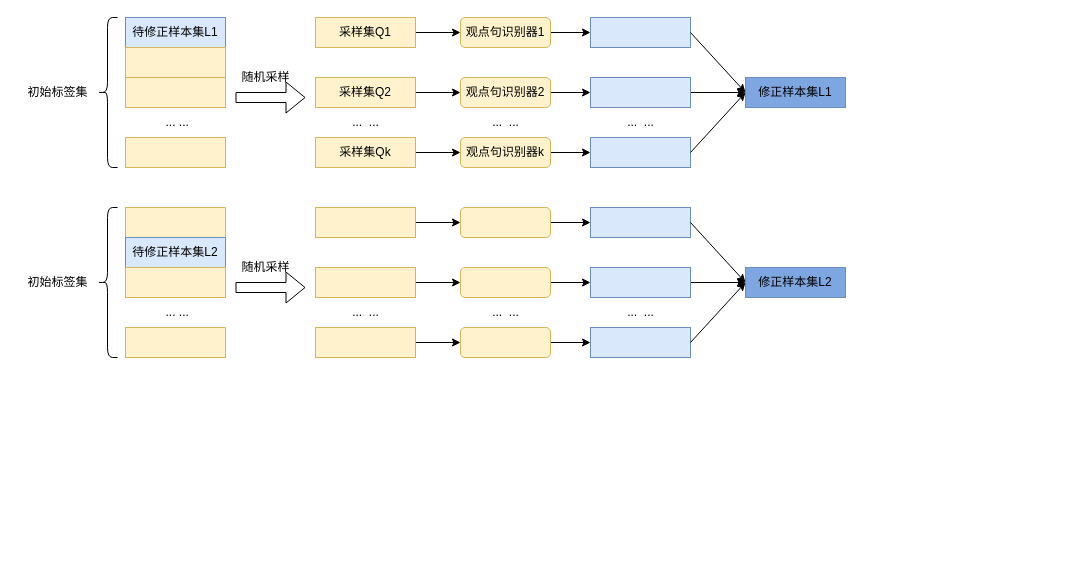
The draw.io diagram 标签修正.drawio in HusniFadhilah/Python-learning, before the edit. Source tidied: cells renumbered, new cells numbered last; positions are measured from the earlier drawing's top-left corner, leaving out a move shared by most shapes. Both pictures are drawn from the tidied source at 100%, with x=0, y=0 at pixel (17, 17).
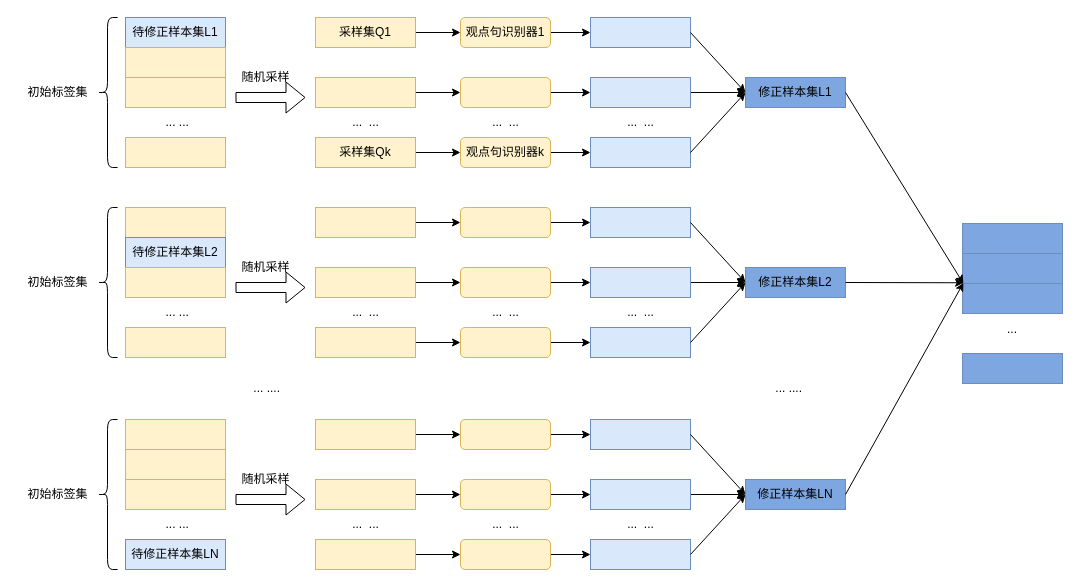
After the change.

Commit message:
更新标签修正.drawio

Unchanged cells that the change refers to:
```xml
<mxCell id="23" value="修正样本集L1" style="rounded=0;whiteSpace=wrap;html=1;fillColor=#7EA6E0;strokeColor=#6c8ebf;" parent="1" vertex="1">
  <mxGeometry x="728" y="60" width="100" height="30" as="geometry" />
</mxCell>
<mxCell id="52" value="修正样本集L2" style="rounded=0;whiteSpace=wrap;html=1;fillColor=#7EA6E0;strokeColor=#6c8ebf;" parent="1" vertex="1">
  <mxGeometry x="728" y="250" width="100" height="30" as="geometry" />
</mxCell>
```

What changed in the source:
```diff
@@
-    <mxCell id="10" value="采样集Q2" style="rounded=0;whiteSpace=wrap;html=1;fillColor=#fff2cc;strokeColor=#d6b656;" parent="1" vertex="1">
+    <mxCell id="10" style="rounded=0;whiteSpace=wrap;html=1;fillColor=#fff2cc;strokeColor=#d6b656;" parent="1" vertex="1">
       <mxGeometry x="298" y="60" width="100" height="30" as="geometry" />
     </mxCell>
@@
-    <mxCell id="16" value="观点句识别器2" style="rounded=1;whiteSpace=wrap;html=1;fillColor=#fff2cc;strokeColor=#d6b656;" parent="1" vertex="1">
+    <mxCell id="16" style="rounded=1;whiteSpace=wrap;html=1;fillColor=#fff2cc;strokeColor=#d6b656;" parent="1" vertex="1">
       <mxGeometry x="443" y="60" width="90" height="30" as="geometry" />
     </mxCell>
@@
+    <mxCell id="64" style="rounded=0;whiteSpace=wrap;html=1;fillColor=#fff2cc;strokeColor=#d6b656;" parent="1" vertex="1">
+      <mxGeometry x="108" y="402" width="100" height="30" as="geometry" />
+    </mxCell>
+    <mxCell id="65" style="rounded=0;whiteSpace=wrap;html=1;fillColor=#fff2cc;strokeColor=#d6b656;" parent="1" vertex="1">
+      <mxGeometry x="108" y="432" width="100" height="30" as="geometry" />
+    </mxCell>
+    <mxCell id="66" style="rounded=0;whiteSpace=wrap;html=1;fillColor=#fff2cc;strokeColor=#d6b656;" parent="1" vertex="1">
+      <mxGeometry x="108" y="462" width="100" height="30" as="geometry" />
+    </mxCell>
+    <mxCell id="67" value="&amp;nbsp;... ..." style="text;html=1;align=center;verticalAlign=middle;strokeColor=none;fillColor=none;" parent="1" vertex="1">
+      <mxGeometry x="133" y="492" width="50" height="30" as="geometry" />
+    </mxCell>
+    <mxCell id="68" value="待修正样本集LN" style="rounded=0;whiteSpace=wrap;html=1;fillColor=#dae8fc;strokeColor=#6c8ebf;" parent="1" vertex="1">
+      <mxGeometry x="108" y="522" width="100" height="30" as="geometry" />
+    </mxCell>
+    <mxCell id="69" style="edgeStyle=orthogonalEdgeStyle;rounded=0;jettySize=auto;html=1;" parent="1" edge="1" source="70" target="76">
+      <mxGeometry relative="1" as="geometry" />
+    </mxCell>
+    <mxCell id="70" style="rounded=0;whiteSpace=wrap;html=1;fillColor=#fff2cc;strokeColor=#d6b656;" parent="1" vertex="1">
+      <mxGeometry x="298" y="402" width="100" height="30" as="geometry" />
+    </mxCell>
+    <mxCell id="71" style="edgeStyle=orthogonalEdgeStyle;rounded=0;jettySize=auto;html=1;" parent="1" edge="1" source="72" target="78">
+      <mxGeometry relative="1" as="geometry" />
+    </mxCell>
+    <mxCell id="72" style="rounded=0;whiteSpace=wrap;html=1;fillColor=#fff2cc;strokeColor=#d6b656;" parent="1" vertex="1">
+      <mxGeometry x="298" y="462" width="100" height="30" as="geometry" />
+    </mxCell>
+    <mxCell id="73" style="edgeStyle=orthogonalEdgeStyle;rounded=0;jettySize=auto;html=1;" parent="1" edge="1" source="74" target="80">
+      <mxGeometry relative="1" as="geometry" />
+    </mxCell>
+    <mxCell id="74" style="rounded=0;whiteSpace=wrap;html=1;fillColor=#fff2cc;strokeColor=#d6b656;" parent="1" vertex="1">
+      <mxGeometry x="298" y="522" width="100" height="30" as="geometry" />
+    </mxCell>
+    <mxCell id="75" style="edgeStyle=orthogonalEdgeStyle;rounded=0;jettySize=auto;html=1;" parent="1" edge="1" source="76" target="81">
+      <mxGeometry relative="1" as="geometry" />
+    </mxCell>
+    <mxCell id="76" style="rounded=1;whiteSpace=wrap;html=1;fillColor=#fff2cc;strokeColor=#d6b656;" parent="1" vertex="1">
+      <mxGeometry x="443" y="402" width="90" height="30" as="geometry" />
+    </mxCell>
+    <mxCell id="77" style="edgeStyle=orthogonalEdgeStyle;rounded=0;jettySize=auto;html=1;" parent="1" edge="1" source="78" target="83">
+      <mxGeometry relative="1" as="geometry" />
+    </mxCell>
+    <mxCell id="78" style="rounded=1;whiteSpace=wrap;html=1;fillColor=#fff2cc;strokeColor=#d6b656;" parent="1" vertex="1">
+      <mxGeometry x="443" y="462" width="90" height="30" as="geometry" />
+    </mxCell>
+    <mxCell id="79" style="edgeStyle=orthogonalEdgeStyle;rounded=0;jettySize=auto;html=1;" parent="1" edge="1" source="80" target="84">
+      <mxGeometry relative="1" as="geometry" />
+    </mxCell>
+    <mxCell id="80" style="rounded=1;whiteSpace=wrap;html=1;fillColor=#fff2cc;strokeColor=#d6b656;" parent="1" vertex="1">
+      <mxGeometry x="443" y="522" width="90" height="30" as="geometry" />
+    </mxCell>
+    <mxCell id="81" style="rounded=0;whiteSpace=wrap;html=1;fillColor=#dae8fc;strokeColor=#6c8ebf;" parent="1" vertex="1">
+      <mxGeometry x="573" y="402" width="100" height="30" as="geometry" />
+    </mxCell>
+    <mxCell id="82" style="edgeStyle=orthogonalEdgeStyle;rounded=0;jettySize=auto;html=1;" parent="1" edge="1" source="83" target="85">
+      <mxGeometry relative="1" as="geometry" />
+    </mxCell>
+    <mxCell id="83" style="rounded=0;whiteSpace=wrap;html=1;fillColor=#dae8fc;strokeColor=#6c8ebf;" parent="1" vertex="1">
+      <mxGeometry x="573" y="462" width="100" height="30" as="geometry" />
+    </mxCell>
+    <mxCell id="84" style="rounded=0;whiteSpace=wrap;html=1;fillColor=#dae8fc;strokeColor=#6c8ebf;" parent="1" vertex="1">
+      <mxGeometry x="573" y="522" width="100" height="30" as="geometry" />
+    </mxCell>
+    <mxCell id="85" value="修正样本集LN" style="rounded=0;whiteSpace=wrap;html=1;fillColor=#7EA6E0;strokeColor=#6c8ebf;" parent="1" vertex="1">
+      <mxGeometry x="728" y="462" width="100" height="30" as="geometry" />
+    </mxCell>
+    <mxCell id="86" value="...&amp;nbsp; ..." style="text;html=1;align=center;verticalAlign=middle;strokeColor=none;fillColor=none;" parent="1" vertex="1">
+      <mxGeometry x="323" y="492" width="50" height="30" as="geometry" />
+    </mxCell>
+    <mxCell id="87" value="...&amp;nbsp; ..." style="text;html=1;align=center;verticalAlign=middle;strokeColor=none;fillColor=none;" parent="1" vertex="1">
+      <mxGeometry x="463" y="492" width="50" height="30" as="geometry" />
+    </mxCell>
+    <mxCell id="88" value="...&amp;nbsp; ..." style="text;html=1;align=center;verticalAlign=middle;strokeColor=none;fillColor=none;" parent="1" vertex="1">
+      <mxGeometry x="598" y="492" width="50" height="30" as="geometry" />
+    </mxCell>
+    <mxCell id="89" style="endArrow=classic;html=1;rounded=0;exitX=1;exitY=0.5;exitDx=0;exitDy=0;entryX=0;entryY=0.5;entryDx=0;entryDy=0;" parent="1" edge="1" source="81" target="85">
+      <mxGeometry relative="1" as="geometry" />
+    </mxCell>
+    <mxCell id="90" style="endArrow=classic;html=1;rounded=0;exitX=1;exitY=0.5;exitDx=0;exitDy=0;entryX=0;entryY=0.5;entryDx=0;entryDy=0;" parent="1" edge="1" source="84" target="85">
+      <mxGeometry relative="1" as="geometry" />
+    </mxCell>
+    <mxCell id="91" style="shape=flexArrow;endArrow=classic;html=1;rounded=0;" parent="1" edge="1">
+      <mxGeometry relative="1" as="geometry">
+        <mxPoint x="218" y="482" as="sourcePoint" />
+        <mxPoint x="288" y="482" as="targetPoint" />
+      </mxGeometry>
+    </mxCell>
+    <mxCell id="92" value="随机采样" style="text;html=1;align=center;verticalAlign=middle;strokeColor=none;fillColor=none;" parent="1" vertex="1">
+      <mxGeometry x="213" y="447" width="70" height="30" as="geometry" />
+    </mxCell>
+    <mxCell id="93" style="shape=curlyBracket;whiteSpace=wrap;html=1;rounded=1;labelPosition=left;verticalLabelPosition=middle;align=right;verticalAlign=middle;fillColor=#7EA6E0;" parent="1" vertex="1">
+      <mxGeometry x="80" y="402" width="20" height="150" as="geometry" />
+    </mxCell>
+    <mxCell id="94" value="初始标签集" style="text;html=1;align=center;verticalAlign=middle;strokeColor=none;fillColor=none;" parent="1" vertex="1">
+      <mxGeometry y="462" width="80" height="30" as="geometry" />
+    </mxCell>
+    <mxCell id="95" value=" ... ...." style="text;align=center;verticalAlign=middle;strokeColor=none;fillColor=none;" parent="1" vertex="1">
+      <mxGeometry x="223" y="355" width="50" height="30" as="geometry" />
+    </mxCell>
+    <mxCell id="96" value=" ... ...." style="text;align=center;verticalAlign=middle;strokeColor=none;fillColor=none;" parent="1" vertex="1">
+      <mxGeometry x="745" y="355" width="50" height="30" as="geometry" />
+    </mxCell>
+    <mxCell id="97" style="rounded=0;whiteSpace=wrap;html=1;fillColor=#7EA6E0;strokeColor=#6c8ebf;" parent="1" vertex="1">
+      <mxGeometry x="945" y="206" width="100" height="30" as="geometry" />
+    </mxCell>
+    <mxCell id="98" style="rounded=0;whiteSpace=wrap;html=1;fillColor=#7EA6E0;strokeColor=#6c8ebf;" parent="1" vertex="1">
+      <mxGeometry x="945" y="236" width="100" height="30" as="geometry" />
+    </mxCell>
+    <mxCell id="99" style="rounded=0;whiteSpace=wrap;html=1;fillColor=#7EA6E0;strokeColor=#6c8ebf;" parent="1" vertex="1">
+      <mxGeometry x="945" y="266" width="100" height="30" as="geometry" />
+    </mxCell>
+    <mxCell id="100" value="..." style="text;align=center;verticalAlign=middle;strokeColor=none;fillColor=none;" parent="1" vertex="1">
+      <mxGeometry x="980" y="296" width="30" height="30" as="geometry" />
+    </mxCell>
+    <mxCell id="101" style="rounded=0;whiteSpace=wrap;html=1;fillColor=#7EA6E0;strokeColor=#6c8ebf;" parent="1" vertex="1">
+      <mxGeometry x="945" y="336" width="100" height="30" as="geometry" />
+    </mxCell>
+    <mxCell id="102" style="endArrow=classic;rounded=0;exitX=1;exitY=0.5;exitDx=0;exitDy=0;entryX=0.009;entryY=0.001;entryDx=0;entryDy=0;entryPerimeter=0;" parent="1" edge="1" source="23" target="99">
+      <mxGeometry relative="1" as="geometry" />
+    </mxCell>
+    <mxCell id="103" style="endArrow=classic;rounded=0;exitX=1;exitY=0.5;exitDx=0;exitDy=0;entryX=0.011;entryY=-0.024;entryDx=0;entryDy=0;entryPerimeter=0;" parent="1" edge="1" source="52" target="99">
+      <mxGeometry relative="1" as="geometry" />
+    </mxCell>
+    <mxCell id="104" style="endArrow=classic;rounded=0;exitX=1;exitY=0.5;exitDx=0;exitDy=0;entryX=0.01;entryY=-0.024;entryDx=0;entryDy=0;entryPerimeter=0;" parent="1" edge="1" source="85" target="99">
+      <mxGeometry relative="1" as="geometry" />
+    </mxCell>
```
